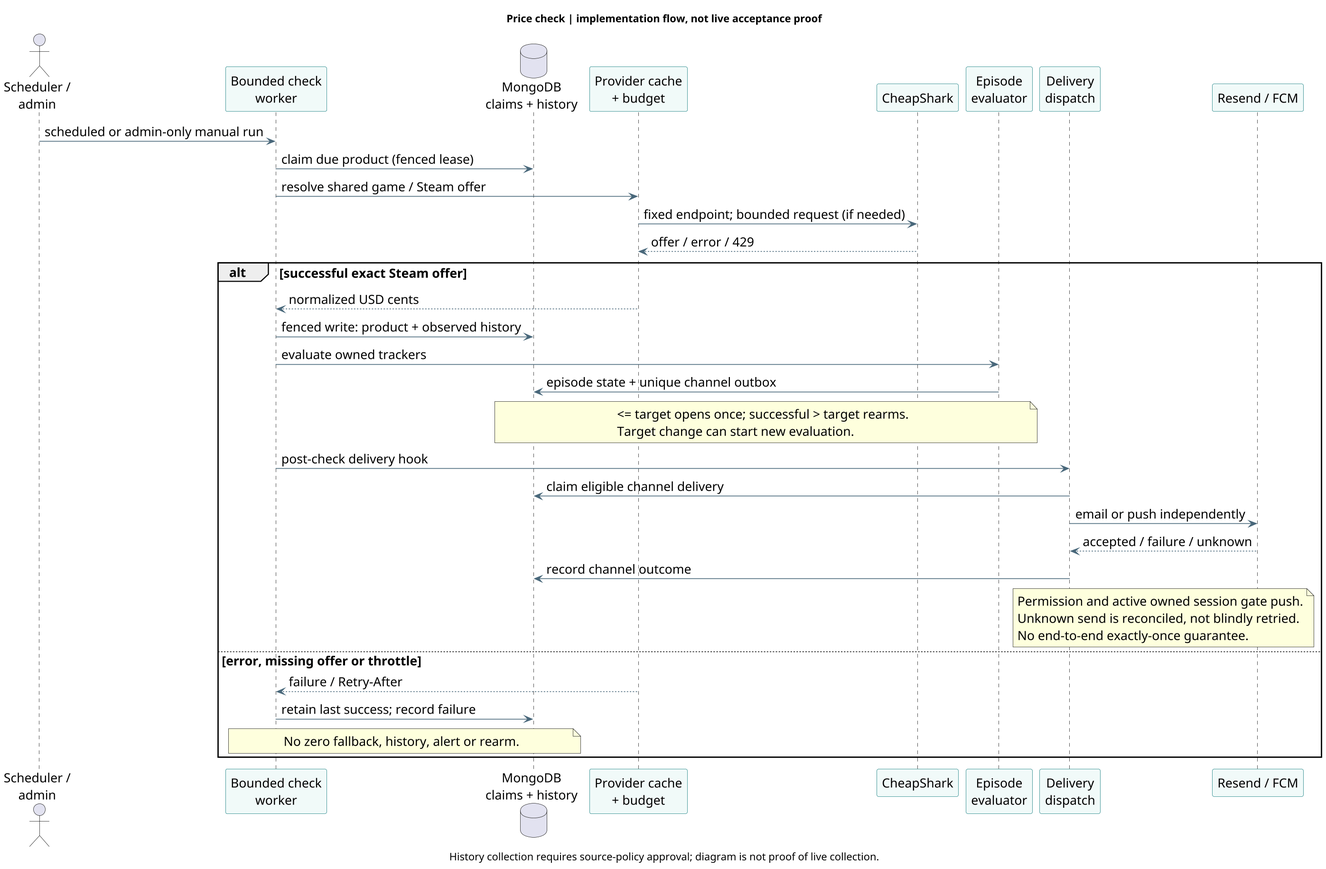
Earlier version of the PlantUML export docs/diagrams/presentation/sequence.png (aluciencozy/price-tracker). The source it was exported from:
```plantuml
@startuml
skinparamlocked dpi 150
skinparam backgroundColor white
skinparam defaultFontName SansSerif
skinparam defaultFontSize 17
skinparam shadowing false
skinparam sequenceParticipantBackgroundColor #F1FAF9
skinparam sequenceParticipantBorderColor #147D80
skinparam ArrowColor #48677A
title Price check | implementation flow, not live acceptance proof
actor "Scheduler /\nadmin" as Trigger
participant "Bounded check\nworker" as Worker
database "MongoDB\nclaims + history" as DB
participant "Provider cache\n+ budget" as Cache
participant CheapShark as CS
participant "Episode\nevaluator" as Eval
participant "Delivery\ndispatch" as Dispatch
participant "Resend / FCM" as External
Trigger -> Worker : scheduled or admin-only manual run
Worker -> DB : claim due product (fenced lease)
Worker -> Cache : resolve shared game / Steam offer
Cache -> CS : fixed endpoint; bounded request (if needed)
CS --> Cache : offer / error / 429
alt successful exact Steam offer
 Cache --> Worker : normalized USD cents
 Worker -> DB : fenced write: product + observed history
 Worker -> Eval : evaluate owned trackers
 Eval -> DB : episode state + unique channel outbox
 note over Eval,DB : <= target opens once; successful > target rearms.\nTarget change can start new evaluation.
 Worker -> Dispatch : post-check delivery hook
 Dispatch -> DB : claim eligible channel delivery
 Dispatch -> External : email or push independently
 External --> Dispatch : accepted / failure / unknown
 Dispatch -> DB : record channel outcome
 note over Dispatch,External : Permission and active owned session gate push.\nUnknown send is reconciled, not blindly retried.\nNo end-to-end exactly-once guarantee.
else error, missing offer or throttle
 Cache --> Worker : failure / Retry-After
 Worker -> DB : retain last success; record failure
 note over Worker,DB : No zero fallback, history, alert or rearm.
end
caption History collection requires source-policy approval; diagram is not proof of live collection.
@enduml
```
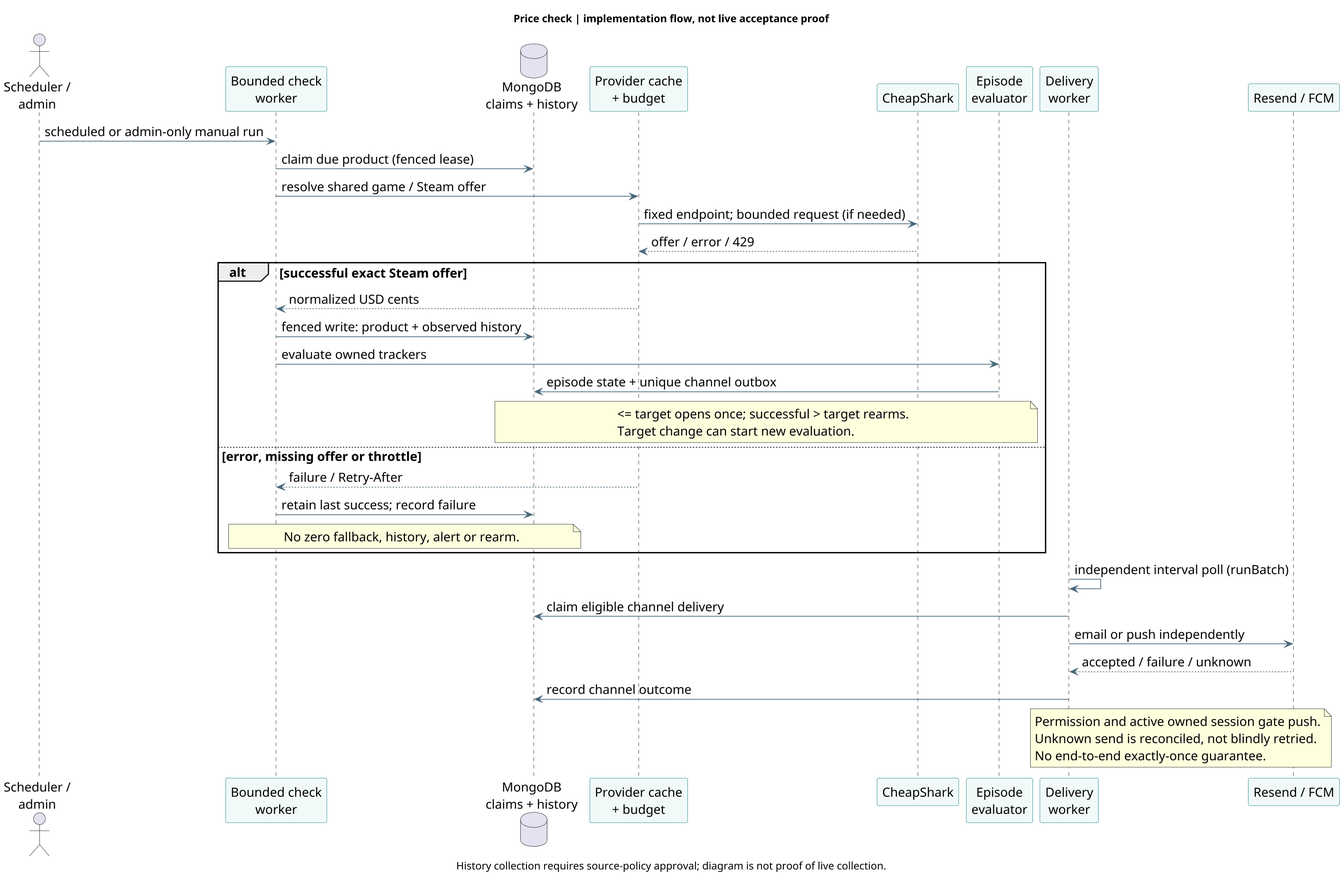
After the change.

Commit message:
Correct delivery and mobile cleanup diagrams

Diff of the diagram source:
```diff
@@ -14,7 +14,7 @@
 participant "Provider cache\n+ budget" as Cache
 participant CheapShark as CS
 participant "Episode\nevaluator" as Eval
-participant "Delivery\ndispatch" as Dispatch
+participant "Delivery\nworker" as Dispatch
 participant "Resend / FCM" as External
 Trigger -> Worker : scheduled or admin-only manual run
 Worker -> DB : claim due product (fenced lease)
@@ -27,16 +27,16 @@
  Worker -> Eval : evaluate owned trackers
  Eval -> DB : episode state + unique channel outbox
  note over Eval,DB : <= target opens once; successful > target rearms.\nTarget change can start new evaluation.
- Worker -> Dispatch : post-check delivery hook
- Dispatch -> DB : claim eligible channel delivery
- Dispatch -> External : email or push independently
- External --> Dispatch : accepted / failure / unknown
- Dispatch -> DB : record channel outcome
- note over Dispatch,External : Permission and active owned session gate push.\nUnknown send is reconciled, not blindly retried.\nNo end-to-end exactly-once guarantee.
 else error, missing offer or throttle
  Cache --> Worker : failure / Retry-After
  Worker -> DB : retain last success; record failure
  note over Worker,DB : No zero fallback, history, alert or rearm.
 end
+Dispatch -> Dispatch : independent interval poll (runBatch)
+Dispatch -> DB : claim eligible channel delivery
+Dispatch -> External : email or push independently
+External --> Dispatch : accepted / failure / unknown
+Dispatch -> DB : record channel outcome
+note over Dispatch,External : Permission and active owned session gate push.\nUnknown send is reconciled, not blindly retried.\nNo end-to-end exactly-once guarantee.
 caption History collection requires source-policy approval; diagram is not proof of live collection.
 @enduml
```
